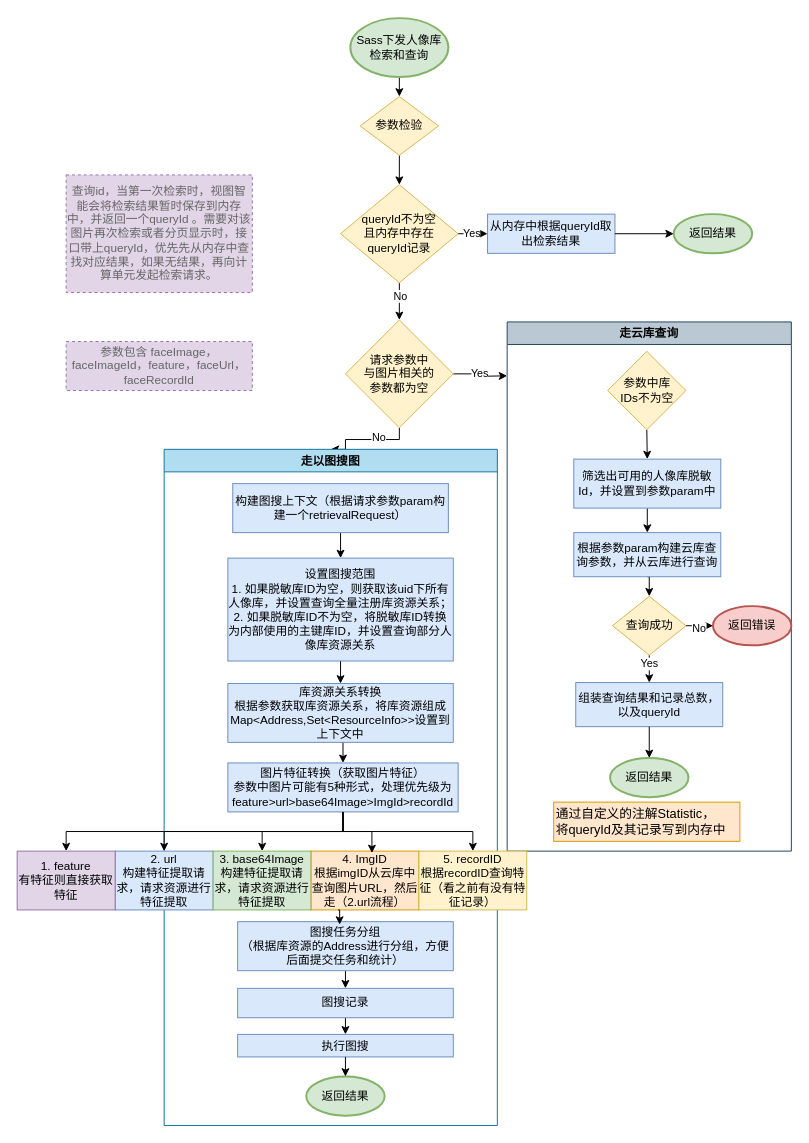
Earlier version of the draw.io diagram 8.检索/人像库检索和查询-流程图.drawio (hao14293/drawio). Source tidied: cells renumbered, new cells numbered last; positions are measured from the earlier drawing's top-left corner, leaving out a move shared by most shapes. Both pictures are drawn from the tidied source at 98%, with x=0, y=0 at pixel (17, 18).
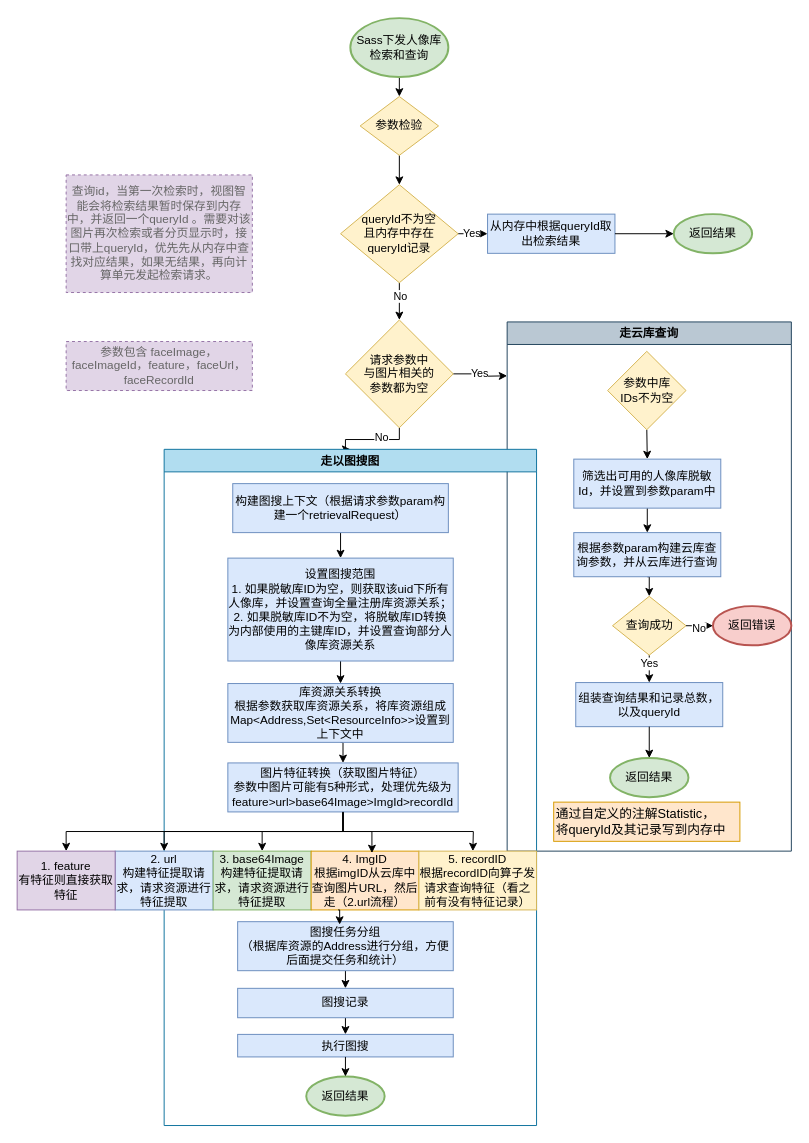
After the change.

Commit message:
更新人像库检索和查询-流程图.drawio

The change refers to these unchanged cells:
```xml
<mxCell id="48" value="图片特征转换（获取图片特征）&lt;div&gt;参数中图片可能有5种形式，处理优先级为&lt;/div&gt;&lt;div&gt;feature&amp;gt;url&amp;gt;base64Image&amp;gt;ImgId&amp;gt;recordId&lt;/div&gt;" style="rounded=0;whiteSpace=wrap;html=1;fillColor=#dae8fc;strokeColor=#6c8ebf;" parent="38" vertex="1">
  <mxGeometry x="65" y="320" width="235" height="50" as="geometry" />
</mxCell>
```

The edit, as a diff of the source:
```diff
@@
     <mxCell id="38" value="走以图搜图" style="swimlane;whiteSpace=wrap;html=1;fillColor=#b1ddf0;strokeColor=#10739e;" parent="1" vertex="1">
-      <mxGeometry x="150" y="440" width="340" height="690" as="geometry" />
+      <mxGeometry x="150" y="440" width="380" height="690" as="geometry" />
     </mxCell>
@@
-    <mxCell id="47" style="edgeStyle=orthogonalEdgeStyle;rounded=0;jettySize=auto;html=1;exitX=0.5;exitY=1;exitDx=0;exitDy=0;" parent="38" edge="1" source="48" target="52">
-      <mxGeometry relative="1" as="geometry" />
+    <mxCell id="47" style="edgeStyle=orthogonalEdgeStyle;rounded=0;jettySize=auto;html=1;exitX=0.5;exitY=1;exitDx=0;exitDy=0;" parent="38" edge="1" source="48">
+      <mxGeometry relative="1" as="geometry">
+        <mxPoint x="315" y="410" as="targetPoint" />
+      </mxGeometry>
     </mxCell>
@@
-    <mxCell id="52" value="5. recordID&lt;div&gt;根据recordID查询特征（看之前有没有特征记录）&lt;/div&gt;" style="rounded=0;whiteSpace=wrap;html=1;fillColor=#fff2cc;strokeColor=#d6b656;" parent="38" vertex="1">
-      <mxGeometry x="260" y="410" width="110" height="60" as="geometry" />
-    </mxCell>
@@
+    <mxCell id="65" value="5. recordID&lt;div&gt;根据recordID向算子发请求查询特征（看之前有没有特征记录）&lt;/div&gt;" style="rounded=0;whiteSpace=wrap;html=1;fillColor=#fff2cc;strokeColor=#d6b656;" parent="38" vertex="1">
+      <mxGeometry x="260" y="410" width="120" height="60" as="geometry" />
+    </mxCell>
```
